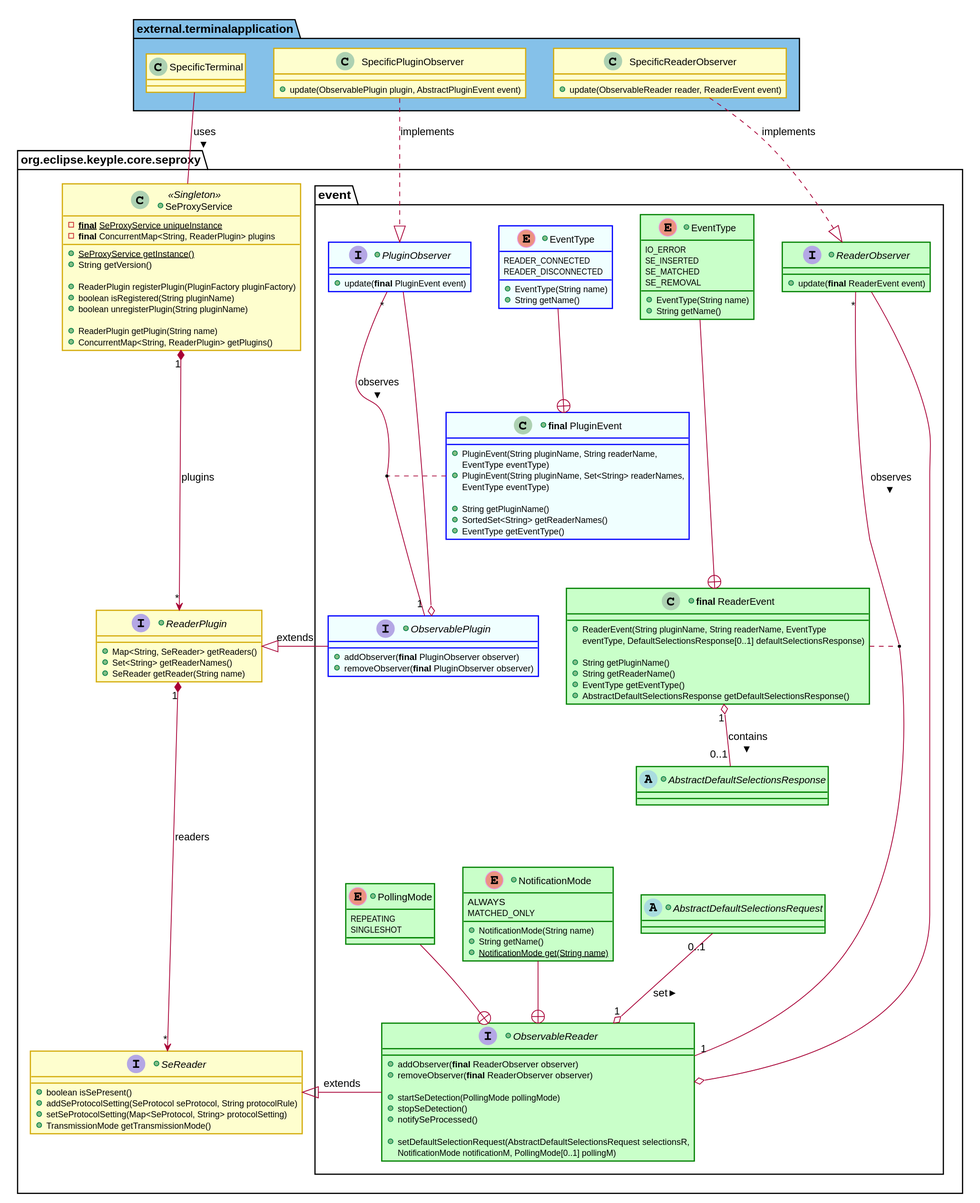
Before: docs/KeypleCoreApi/ApplicationApi/img/KeypleCore_ApplicationApi_ClassDiag_SE_Proxy_ObservablePluginAndReaderEvents_0_9_0.svg, a diagram exported from PlantUML (calypsonet/keyple).
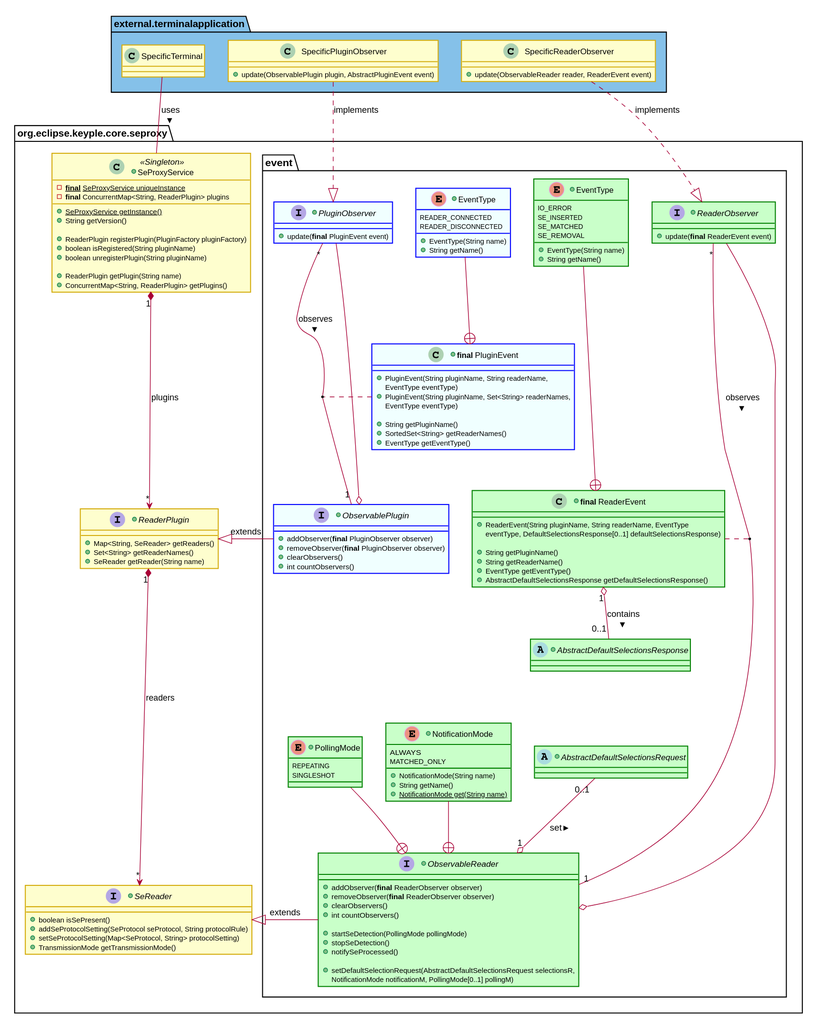
After the change.

Commit message:
internal plugin API visibility access fixes

The edit, as a diff of the source:
```diff
@@ -200,10 +200,14 @@
 +interface ObservablePlugin {
   +addObserver(<b>final</b> PluginObserver observer)
   +removeObserver(<b>final</b> PluginObserver observer)
+  +clearObservers()
+  +int countObservers()
 }
 +interface ObservableReader {
   +addObserver(<b>final</b> ReaderObserver observer)
   +removeObserver(<b>final</b> ReaderObserver observer)
+  +clearObservers()
+  +int countObservers()
 
   +startSeDetection(PollingMode pollingMode)
   +stopSeDetection()
```
